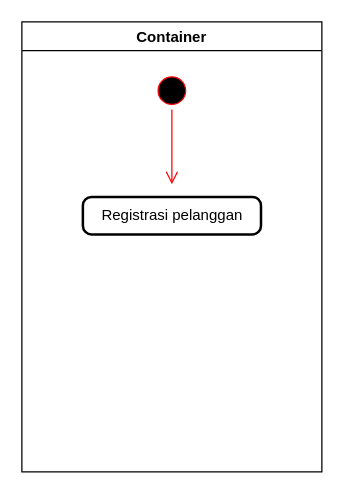
Earlier version of the draw.io diagram catering-master.drawio (osak22/kuro). Source tidied: cells renumbered, new cells numbered last; positions are measured from the earlier drawing's top-left corner, leaving out a move shared by most shapes. Both pictures are drawn from the tidied source at 125%, with x=0, y=0 at pixel (21, 21).
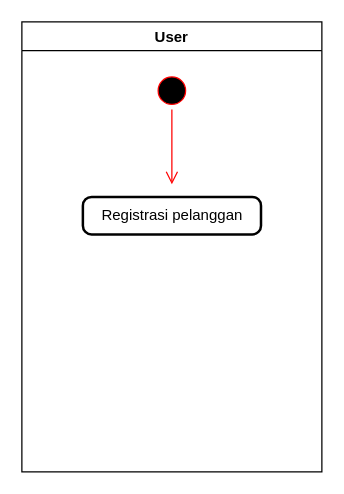
The same diagram, later.

The edit, as a diff of the source:
```diff
@@
 <mxGraphModel>
   <root>
     <mxCell id="0" />
     <mxCell id="1" parent="0" />
-    <mxCell id="2" value="Container" style="swimlane;" parent="1" vertex="1">
+    <mxCell id="2" value="User" style="swimlane;startSize=23;" parent="1" vertex="1">
       <mxGeometry width="240" height="360" as="geometry" />
     </mxCell>
     <mxCell id="3" style="ellipse;html=1;shape=startState;fillColor=#000000;strokeColor=#ff0000;" parent="2" vertex="1">
       <mxGeometry x="105" y="40" width="30" height="30" as="geometry" />
     </mxCell>
     <mxCell id="4" style="edgeStyle=orthogonalEdgeStyle;html=1;verticalAlign=bottom;endArrow=open;endSize=8;strokeColor=#ff0000;" parent="2" edge="1" source="3">
       <mxGeometry relative="1" as="geometry">
         <mxPoint x="120" y="130" as="targetPoint" />
       </mxGeometry>
     </mxCell>
     <mxCell id="5" value="Registrasi pelanggan" style="rounded=1;whiteSpace=wrap;html=1;absoluteArcSize=1;arcSize=14;strokeWidth=2;" parent="2" vertex="1">
       <mxGeometry x="48.8" y="140" width="142.5" height="30" as="geometry" />
     </mxCell>
   </root>
 </mxGraphModel>
```
